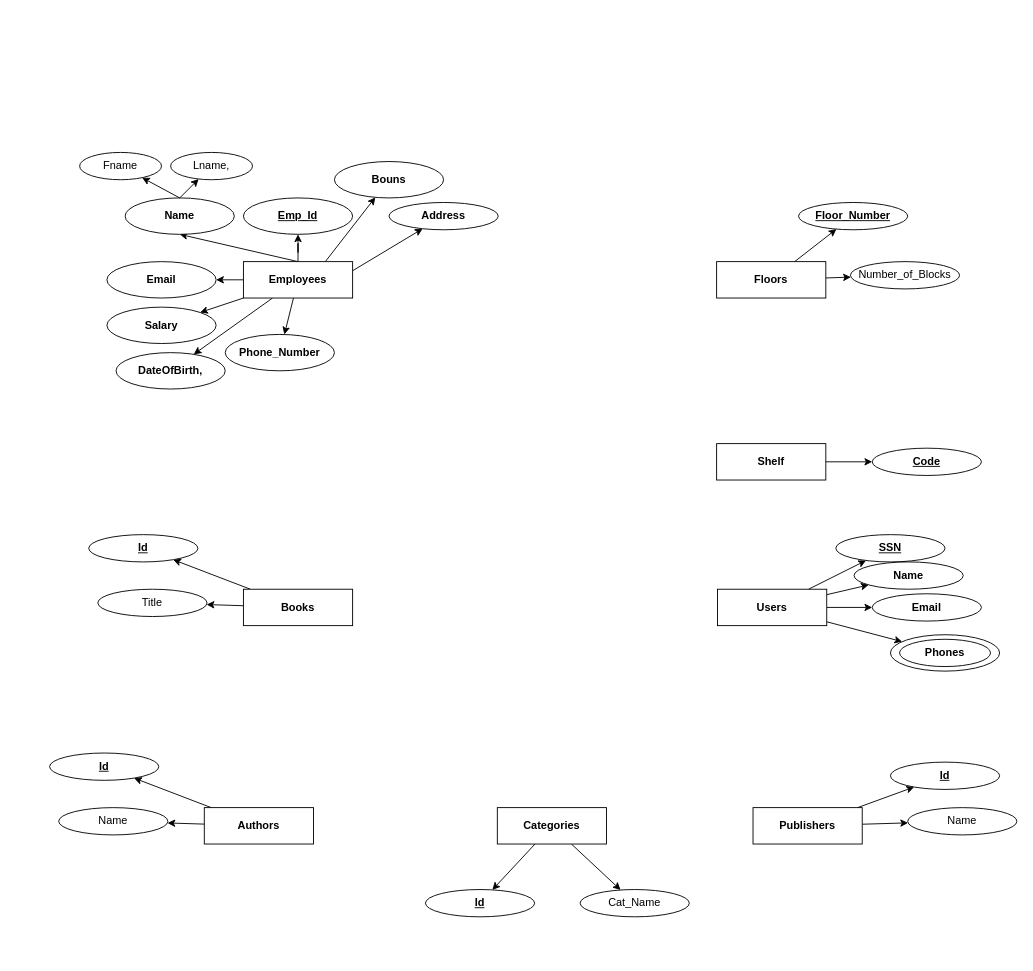
Earlier version of the draw.io diagram Route Exam 01.drawio (Al-Bashir/drow.io). Source tidied: cells renumbered, new cells numbered last; positions are measured from the earlier drawing's top-left corner, leaving out a move shared by most shapes. Both pictures are drawn from the tidied source at 91%, with x=0, y=0 at pixel (49, 152).
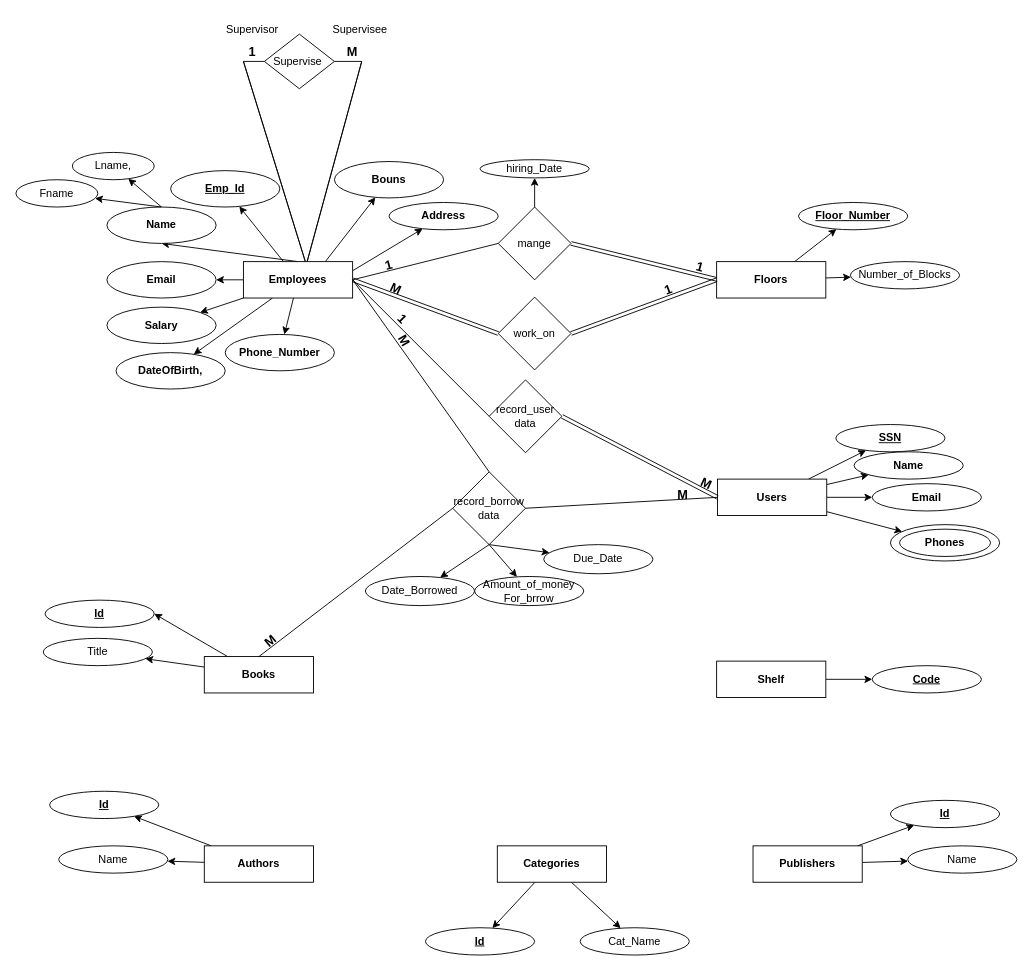
Above is the later version.

Unchanged cells that the change refers to:
```xml
<mxCell id="10" value="&lt;b&gt;Employees&lt;/b&gt;" style="rounded=0;whiteSpace=wrap;html=1;" parent="1" vertex="1">
  <mxGeometry x="213" y="120" width="120" height="40" as="geometry" />
</mxCell>
<mxCell id="25" value="&lt;b&gt;Floors&lt;/b&gt;" style="rounded=0;whiteSpace=wrap;html=1;" parent="1" vertex="1">
  <mxGeometry x="733" y="120" width="120" height="40" as="geometry" />
</mxCell>
```

Diff of the diagram source:
```diff
@@
-    <mxCell id="2" style="edgeStyle=orthogonalEdgeStyle;rounded=0;jettySize=auto;html=1;" parent="1" edge="1" source="10" target="11">
+    <mxCell id="2" style="rounded=0;jettySize=auto;html=1;" parent="1" edge="1" source="10" target="11">
       <mxGeometry relative="1" as="geometry" />
     </mxCell>
@@
+    <mxCell id="62" style="rounded=0;orthogonalLoop=1;jettySize=auto;html=1;shape=link;width=0;" parent="1" edge="1">
+      <mxGeometry relative="1" as="geometry">
+        <mxPoint x="283" y="120" as="sourcePoint" />
+        <mxPoint x="343" y="-100" as="targetPoint" />
+      </mxGeometry>
+    </mxCell>
@@
     <mxCell id="11" value="&lt;b&gt;&lt;u&gt;Emp_Id&lt;/u&gt;&lt;/b&gt;" style="ellipse;whiteSpace=wrap;html=1;" parent="1" vertex="1">
-      <mxGeometry x="213" y="50" width="120" height="40" as="geometry" />
+      <mxGeometry x="133" y="20" width="120" height="40" as="geometry" />
     </mxCell>
@@
     <mxCell id="13" value="&lt;b&gt;Name&lt;/b&gt;" style="ellipse;whiteSpace=wrap;html=1;" parent="1" vertex="1">
-      <mxGeometry x="83" y="50" width="120" height="40" as="geometry" />
+      <mxGeometry x="63" y="60" width="120" height="40" as="geometry" />
     </mxCell>
     <mxCell id="14" value="Lname," style="ellipse;whiteSpace=wrap;html=1;" parent="1" vertex="1">
-      <mxGeometry x="133" width="90" height="30" as="geometry" />
+      <mxGeometry x="25" width="90" height="30" as="geometry" />
     </mxCell>
     <mxCell id="15" value="Fname" style="ellipse;whiteSpace=wrap;html=1;" parent="1" vertex="1">
-      <mxGeometry x="33" width="90" height="30" as="geometry" />
+      <mxGeometry x="-37" y="30" width="90" height="30" as="geometry" />
     </mxCell>
@@
     <mxCell id="32" value="&lt;b&gt;Users&lt;/b&gt;" style="rounded=0;whiteSpace=wrap;html=1;" parent="1" vertex="1">
-      <mxGeometry x="734" y="480" width="120" height="40" as="geometry" />
+      <mxGeometry x="734" y="359" width="120" height="40" as="geometry" />
     </mxCell>
     <mxCell id="33" value="&lt;b&gt;&lt;u&gt;SSN&lt;/u&gt;&lt;/b&gt;" style="ellipse;whiteSpace=wrap;html=1;" parent="1" vertex="1">
-      <mxGeometry x="864" y="420" width="120" height="30" as="geometry" />
+      <mxGeometry x="864" y="299" width="120" height="30" as="geometry" />
     </mxCell>
     <mxCell id="34" value="&lt;b&gt;Name&lt;/b&gt;" style="ellipse;whiteSpace=wrap;html=1;" parent="1" vertex="1">
-      <mxGeometry x="884" y="450" width="120" height="30" as="geometry" />
+      <mxGeometry x="884" y="329" width="120" height="30" as="geometry" />
     </mxCell>
     <mxCell id="35" value="&lt;b&gt;Email&lt;/b&gt;" style="ellipse;whiteSpace=wrap;html=1;" parent="1" vertex="1">
-      <mxGeometry x="904" y="485" width="120" height="30" as="geometry" />
+      <mxGeometry x="904" y="364" width="120" height="30" as="geometry" />
     </mxCell>
     <mxCell id="36" style="group;fontStyle=1;" parent="1" vertex="1">
-      <mxGeometry x="924" y="530" width="120" height="40" as="geometry" />
+      <mxGeometry x="924" y="409" width="120" height="40" as="geometry" />
     </mxCell>
@@
-    <mxCell id="39" style="rounded=0;jettySize=auto;html=1;" parent="1" edge="1" source="41" target="42">
+    <mxCell id="39" style="rounded=0;jettySize=auto;html=1;entryX=1;entryY=0.5;entryDx=0;entryDy=0;" parent="1" edge="1" source="41" target="42">
       <mxGeometry relative="1" as="geometry" />
     </mxCell>
@@
     <mxCell id="41" value="&lt;b&gt;Books&lt;/b&gt;" style="rounded=0;whiteSpace=wrap;html=1;" parent="1" vertex="1">
-      <mxGeometry x="213" y="480" width="120" height="40" as="geometry" />
+      <mxGeometry x="170" y="554" width="120" height="40" as="geometry" />
     </mxCell>
     <mxCell id="42" value="&lt;b&gt;&lt;u&gt;Id&lt;/u&gt;&lt;/b&gt;" style="ellipse;whiteSpace=wrap;html=1;" parent="1" vertex="1">
-      <mxGeometry x="43" y="420" width="120" height="30" as="geometry" />
+      <mxGeometry x="-5" y="492" width="120" height="30" as="geometry" />
     </mxCell>
     <mxCell id="43" value="Title" style="ellipse;whiteSpace=wrap;html=1;" parent="1" vertex="1">
-      <mxGeometry x="53" y="480" width="120" height="30" as="geometry" />
+      <mxGeometry x="-7" y="534" width="120" height="30" as="geometry" />
     </mxCell>
@@
     <mxCell id="46" value="&lt;b&gt;Authors&lt;/b&gt;" style="rounded=0;whiteSpace=wrap;html=1;" parent="1" vertex="1">
-      <mxGeometry x="170" y="720" width="120" height="40" as="geometry" />
+      <mxGeometry x="170" y="762" width="120" height="40" as="geometry" />
     </mxCell>
     <mxCell id="47" value="&lt;b&gt;&lt;u&gt;Id&lt;/u&gt;&lt;/b&gt;" style="ellipse;whiteSpace=wrap;html=1;" parent="1" vertex="1">
-      <mxGeometry y="660" width="120" height="30" as="geometry" />
+      <mxGeometry y="702" width="120" height="30" as="geometry" />
     </mxCell>
     <mxCell id="48" value="Name" style="ellipse;whiteSpace=wrap;html=1;" parent="1" vertex="1">
-      <mxGeometry x="10" y="720" width="120" height="30" as="geometry" />
+      <mxGeometry x="10" y="762" width="120" height="30" as="geometry" />
     </mxCell>
@@
     <mxCell id="51" value="&lt;b&gt;Publishers&lt;/b&gt;" style="rounded=0;whiteSpace=wrap;html=1;" parent="1" vertex="1">
-      <mxGeometry x="773" y="720" width="120" height="40" as="geometry" />
+      <mxGeometry x="773" y="762" width="120" height="40" as="geometry" />
     </mxCell>
     <mxCell id="52" value="&lt;b&gt;&lt;u&gt;Id&lt;/u&gt;&lt;/b&gt;" style="ellipse;whiteSpace=wrap;html=1;" parent="1" vertex="1">
-      <mxGeometry x="924" y="670" width="120" height="30" as="geometry" />
+      <mxGeometry x="924" y="712" width="120" height="30" as="geometry" />
     </mxCell>
     <mxCell id="53" value="Name" style="ellipse;whiteSpace=wrap;html=1;" parent="1" vertex="1">
-      <mxGeometry x="943" y="720" width="120" height="30" as="geometry" />
+      <mxGeometry x="943" y="762" width="120" height="30" as="geometry" />
     </mxCell>
@@
     <mxCell id="56" value="&lt;b&gt;Categories&lt;/b&gt;" style="rounded=0;whiteSpace=wrap;html=1;" parent="1" vertex="1">
-      <mxGeometry x="492" y="720" width="120" height="40" as="geometry" />
+      <mxGeometry x="492" y="762" width="120" height="40" as="geometry" />
     </mxCell>
     <mxCell id="57" value="&lt;b&gt;&lt;u&gt;Id&lt;/u&gt;&lt;/b&gt;" style="ellipse;whiteSpace=wrap;html=1;" parent="1" vertex="1">
-      <mxGeometry x="413" y="810" width="120" height="30" as="geometry" />
+      <mxGeometry x="413" y="852" width="120" height="30" as="geometry" />
     </mxCell>
     <mxCell id="58" value="Cat_Name" style="ellipse;whiteSpace=wrap;html=1;" parent="1" vertex="1">
-      <mxGeometry x="583" y="810" width="120" height="30" as="geometry" />
+      <mxGeometry x="583" y="852" width="120" height="30" as="geometry" />
     </mxCell>
@@
     <mxCell id="60" value="&lt;b&gt;Shelf&lt;/b&gt;" style="rounded=0;whiteSpace=wrap;html=1;" parent="1" vertex="1">
-      <mxGeometry x="733" y="320" width="120" height="40" as="geometry" />
+      <mxGeometry x="733" y="559" width="120" height="40" as="geometry" />
     </mxCell>
     <mxCell id="61" value="&lt;b&gt;&lt;u&gt;Code&lt;/u&gt;&lt;/b&gt;" style="ellipse;whiteSpace=wrap;html=1;" parent="1" vertex="1">
-      <mxGeometry x="904" y="325" width="120" height="30" as="geometry" />
+      <mxGeometry x="904" y="564" width="120" height="30" as="geometry" />
     </mxCell>
+    <mxCell id="63" value="Supervise&amp;nbsp;" style="rhombus;whiteSpace=wrap;html=1;" parent="1" vertex="1">
+      <mxGeometry x="236" y="-130" width="77" height="60" as="geometry" />
+    </mxCell>
+    <mxCell id="64" style="rounded=0;jettySize=auto;html=1;" parent="1" edge="1" source="65" target="68">
+      <mxGeometry relative="1" as="geometry" />
+    </mxCell>
+    <mxCell id="65" value="mange" style="rhombus;whiteSpace=wrap;html=1;" parent="1" vertex="1">
+      <mxGeometry x="493" y="60" width="80" height="80" as="geometry" />
+    </mxCell>
+    <mxCell id="66" style="endArrow=none;html=1;rounded=0;exitX=1;exitY=0.5;exitDx=0;exitDy=0;entryX=0;entryY=0.5;entryDx=0;entryDy=0;" parent="1" edge="1" source="10" target="65">
+      <mxGeometry relative="1" as="geometry" />
+    </mxCell>
+    <mxCell id="67" style="endArrow=none;html=1;rounded=0;exitX=1;exitY=0.5;exitDx=0;exitDy=0;entryX=0;entryY=0.5;entryDx=0;entryDy=0;shape=link;" parent="1" edge="1" source="65">
+      <mxGeometry relative="1" as="geometry">
+        <mxPoint x="733" y="139.5" as="targetPoint" />
+      </mxGeometry>
+    </mxCell>
+    <mxCell id="68" value="hiring_Date" style="ellipse;whiteSpace=wrap;html=1;" parent="1" vertex="1">
+      <mxGeometry x="473" y="8" width="120" height="20" as="geometry" />
+    </mxCell>
+    <mxCell id="69" value="&lt;b&gt;&lt;font style=&quot;font-size: 14px;&quot;&gt;1&lt;/font&gt;&lt;/b&gt;" style="text;html=1;align=center;verticalAlign=middle;whiteSpace=wrap;rounded=0;" parent="1" vertex="1">
+      <mxGeometry x="213" y="-120" width="20" height="20" as="geometry" />
+    </mxCell>
+    <mxCell id="70" value="&lt;b&gt;&lt;font style=&quot;font-size: 14px;&quot;&gt;M&lt;/font&gt;&lt;/b&gt;" style="text;html=1;align=center;verticalAlign=middle;whiteSpace=wrap;rounded=0;" parent="1" vertex="1">
+      <mxGeometry x="323" y="-120" width="20" height="20" as="geometry" />
+    </mxCell>
+    <mxCell id="71" style="rounded=0;jettySize=auto;html=1;exitX=0.567;exitY=0;exitDx=0;exitDy=0;shape=link;width=0;exitPerimeter=0;" parent="1" edge="1" source="10">
+      <mxGeometry relative="1" as="geometry">
+        <mxPoint x="213" y="-100" as="targetPoint" />
+      </mxGeometry>
+    </mxCell>
+    <mxCell id="72" style="endArrow=none;html=1;rounded=0;entryX=1;entryY=0.5;entryDx=0;entryDy=0;" parent="1" edge="1" target="63">
+      <mxGeometry relative="1" as="geometry">
+        <mxPoint x="343" y="-100" as="sourcePoint" />
+      </mxGeometry>
+    </mxCell>
+    <mxCell id="73" style="endArrow=none;html=1;rounded=0;exitX=0;exitY=0.5;exitDx=0;exitDy=0;" parent="1" edge="1" source="63">
+      <mxGeometry relative="1" as="geometry">
+        <mxPoint x="213" y="-100" as="targetPoint" />
+      </mxGeometry>
+    </mxCell>
+    <mxCell id="74" value="Supervisee&amp;nbsp;" style="text;html=1;align=center;verticalAlign=middle;whiteSpace=wrap;rounded=0;" parent="1" vertex="1">
+      <mxGeometry x="313" y="-150" width="60" height="30" as="geometry" />
+    </mxCell>
+    <mxCell id="75" value="Supervisor" style="text;html=1;align=center;verticalAlign=middle;whiteSpace=wrap;rounded=0;" parent="1" vertex="1">
+      <mxGeometry x="193" y="-150" width="60" height="30" as="geometry" />
+    </mxCell>
+    <mxCell id="76" value="&lt;b&gt;&lt;font style=&quot;font-size: 14px;&quot;&gt;1&lt;/font&gt;&lt;/b&gt;" style="text;html=1;align=center;verticalAlign=middle;whiteSpace=wrap;rounded=0;rotation=-15;" parent="1" vertex="1">
+      <mxGeometry x="363" y="114" width="20" height="20" as="geometry" />
+    </mxCell>
+    <mxCell id="77" value="&lt;b&gt;&lt;font style=&quot;font-size: 14px;&quot;&gt;1&lt;/font&gt;&lt;/b&gt;" style="text;html=1;align=center;verticalAlign=middle;whiteSpace=wrap;rounded=0;rotation=15;" parent="1" vertex="1">
+      <mxGeometry x="705" y="116" width="20" height="20" as="geometry" />
+    </mxCell>
+    <mxCell id="78" style="endArrow=none;html=1;rounded=0;exitX=1;exitY=0.5;exitDx=0;exitDy=0;entryX=0;entryY=0.5;entryDx=0;entryDy=0;shape=link;" parent="1" edge="1" source="10" target="79">
+      <mxGeometry relative="1" as="geometry" />
+    </mxCell>
+    <mxCell id="79" value="work_on" style="rhombus;whiteSpace=wrap;html=1;" parent="1" vertex="1">
+      <mxGeometry x="493" y="159" width="80" height="80" as="geometry" />
+    </mxCell>
+    <mxCell id="80" style="endArrow=none;html=1;rounded=0;entryX=0;entryY=0.5;entryDx=0;entryDy=0;exitX=1;exitY=0.5;exitDx=0;exitDy=0;shape=link;" parent="1" edge="1" source="79" target="25">
+      <mxGeometry relative="1" as="geometry" />
+    </mxCell>
+    <mxCell id="81" value="&lt;b&gt;&lt;font style=&quot;font-size: 14px;&quot;&gt;M&lt;/font&gt;&lt;/b&gt;" style="text;html=1;align=center;verticalAlign=middle;whiteSpace=wrap;rounded=0;rotation=25;" parent="1" vertex="1">
+      <mxGeometry x="371" y="140" width="20" height="20" as="geometry" />
+    </mxCell>
+    <mxCell id="82" value="&lt;b&gt;&lt;font style=&quot;font-size: 14px;&quot;&gt;1&lt;/font&gt;&lt;/b&gt;" style="text;html=1;align=center;verticalAlign=middle;whiteSpace=wrap;rounded=0;rotation=-20;" parent="1" vertex="1">
+      <mxGeometry x="670" y="141" width="20" height="20" as="geometry" />
+    </mxCell>
+    <mxCell id="83" value="record_user&lt;br&gt;data" style="rhombus;whiteSpace=wrap;html=1;" parent="1" vertex="1">
+      <mxGeometry x="483" y="250" width="80" height="80" as="geometry" />
+    </mxCell>
+    <mxCell id="84" style="endArrow=none;html=1;rounded=0;entryX=1;entryY=0.5;entryDx=0;entryDy=0;exitX=0;exitY=0.5;exitDx=0;exitDy=0;shape=link;" parent="1" edge="1" source="32" target="83">
+      <mxGeometry relative="1" as="geometry" />
+    </mxCell>
+    <mxCell id="85" style="endArrow=none;html=1;rounded=0;entryX=0;entryY=0.5;entryDx=0;entryDy=0;exitX=1;exitY=0.5;exitDx=0;exitDy=0;" parent="1" edge="1" source="10" target="83">
+      <mxGeometry relative="1" as="geometry" />
+    </mxCell>
+    <mxCell id="86" value="&lt;b&gt;&lt;font style=&quot;font-size: 14px;&quot;&gt;1&lt;/font&gt;&lt;/b&gt;" style="text;html=1;align=center;verticalAlign=middle;whiteSpace=wrap;rounded=0;rotation=45;" parent="1" vertex="1">
+      <mxGeometry x="378" y="173" width="20" height="20" as="geometry" />
+    </mxCell>
+    <mxCell id="87" value="&lt;b&gt;&lt;font style=&quot;font-size: 14px;&quot;&gt;M&lt;/font&gt;&lt;/b&gt;" style="text;html=1;align=center;verticalAlign=middle;whiteSpace=wrap;rounded=0;rotation=25;" parent="1" vertex="1">
+      <mxGeometry x="712" y="354" width="20" height="20" as="geometry" />
+    </mxCell>
+    <mxCell id="88" style="rounded=0;jettySize=auto;html=1;exitX=0.5;exitY=1;exitDx=0;exitDy=0;" parent="1" edge="1" source="89" target="93">
+      <mxGeometry relative="1" as="geometry" />
+    </mxCell>
+    <mxCell id="89" value="record_borrow&lt;br&gt;data" style="rhombus;whiteSpace=wrap;html=1;" parent="1" vertex="1">
+      <mxGeometry x="443" y="351" width="80" height="80" as="geometry" />
+    </mxCell>
+    <mxCell id="90" style="endArrow=none;html=1;rounded=0;entryX=0.5;entryY=0;entryDx=0;entryDy=0;exitX=1;exitY=0.5;exitDx=0;exitDy=0;" parent="1" edge="1" source="10" target="89">
+      <mxGeometry relative="1" as="geometry" />
+    </mxCell>
+    <mxCell id="91" style="endArrow=none;html=1;rounded=0;entryX=0;entryY=0.5;entryDx=0;entryDy=0;exitX=1;exitY=0.5;exitDx=0;exitDy=0;" parent="1" edge="1" source="89" target="32">
+      <mxGeometry relative="1" as="geometry" />
+    </mxCell>
+    <mxCell id="92" style="endArrow=none;html=1;rounded=0;entryX=0;entryY=0.5;entryDx=0;entryDy=0;exitX=0.5;exitY=0;exitDx=0;exitDy=0;" parent="1" edge="1" source="41" target="89">
+      <mxGeometry relative="1" as="geometry" />
+    </mxCell>
+    <mxCell id="93" value="Date_Borrowed" style="ellipse;whiteSpace=wrap;html=1;" parent="1" vertex="1">
+      <mxGeometry x="347" y="466" width="120" height="32" as="geometry" />
+    </mxCell>
+    <mxCell id="94" value="Due_Date" style="ellipse;whiteSpace=wrap;html=1;" parent="1" vertex="1">
+      <mxGeometry x="543" y="431" width="120" height="32" as="geometry" />
+    </mxCell>
+    <mxCell id="95" style="rounded=0;jettySize=auto;html=1;exitX=0.5;exitY=1;exitDx=0;exitDy=0;" parent="1" edge="1" source="89" target="94">
+      <mxGeometry relative="1" as="geometry" />
+    </mxCell>
+    <mxCell id="96" value="Amount_of_money&lt;br&gt;For_brrow" style="ellipse;whiteSpace=wrap;html=1;" parent="1" vertex="1">
+      <mxGeometry x="467" y="466" width="120" height="32" as="geometry" />
+    </mxCell>
+    <mxCell id="97" style="rounded=0;jettySize=auto;html=1;exitX=0.5;exitY=1;exitDx=0;exitDy=0;" parent="1" edge="1" source="89" target="96">
+      <mxGeometry relative="1" as="geometry" />
+    </mxCell>
+    <mxCell id="98" value="&lt;b&gt;&lt;font style=&quot;font-size: 14px;&quot;&gt;M&lt;/font&gt;&lt;/b&gt;" style="text;html=1;align=center;verticalAlign=middle;whiteSpace=wrap;rounded=0;rotation=60;" parent="1" vertex="1">
+      <mxGeometry x="380" y="197" width="20" height="20" as="geometry" />
+    </mxCell>
+    <mxCell id="99" value="&lt;b&gt;&lt;font style=&quot;font-size: 14px;&quot;&gt;M&lt;/font&gt;&lt;/b&gt;" style="text;html=1;align=center;verticalAlign=middle;whiteSpace=wrap;rounded=0;rotation=-40;" parent="1" vertex="1">
+      <mxGeometry x="233" y="527" width="20" height="20" as="geometry" />
+    </mxCell>
+    <mxCell id="100" value="&lt;b&gt;&lt;font style=&quot;font-size: 14px;&quot;&gt;M&lt;/font&gt;&lt;/b&gt;" style="text;html=1;align=center;verticalAlign=middle;whiteSpace=wrap;rounded=0;rotation=0;" parent="1" vertex="1">
+      <mxGeometry x="686" y="366" width="20" height="20" as="geometry" />
+    </mxCell>
```
